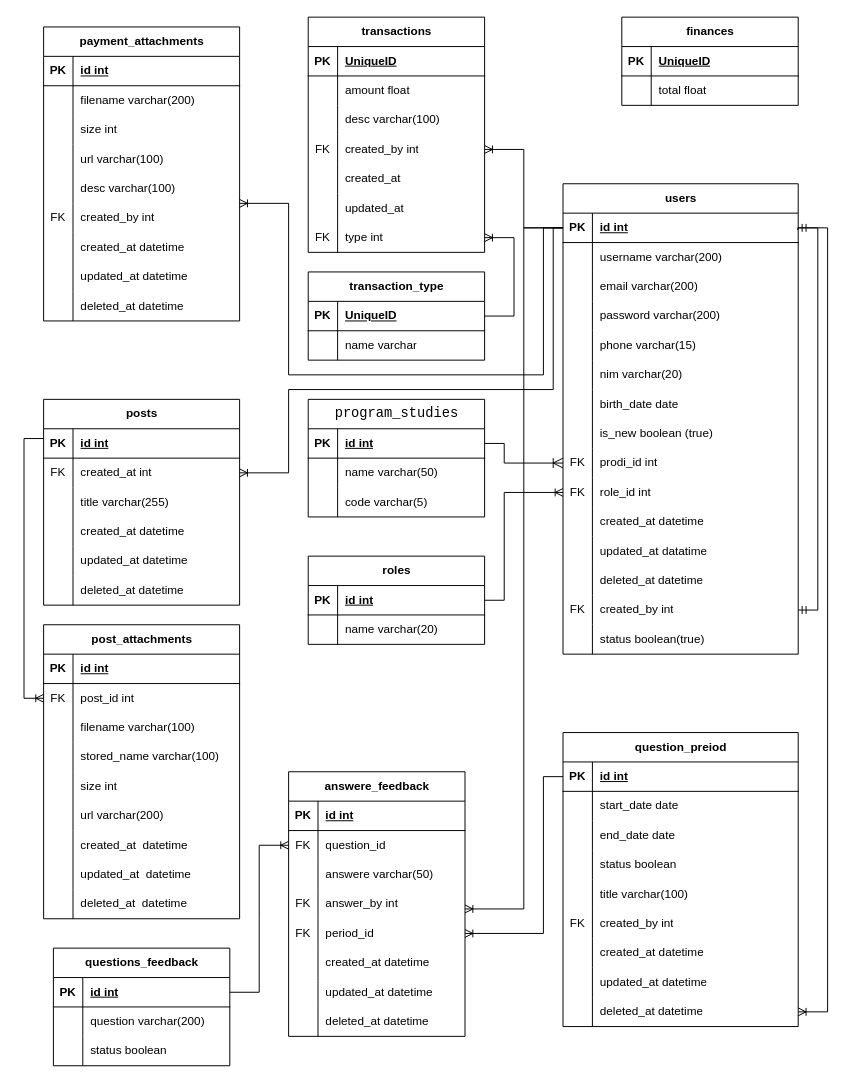
This is requirement/LCC-project-2 (1).drawio from MatsRahmat/LCC-management, a draw.io file, before an edit. Source tidied: cells renumbered, new cells numbered last; positions are measured from the earlier drawing's top-left corner, leaving out a move shared by most shapes. Both pictures are drawn from the tidied source at 98%, with x=0, y=0 at pixel (24, 17).
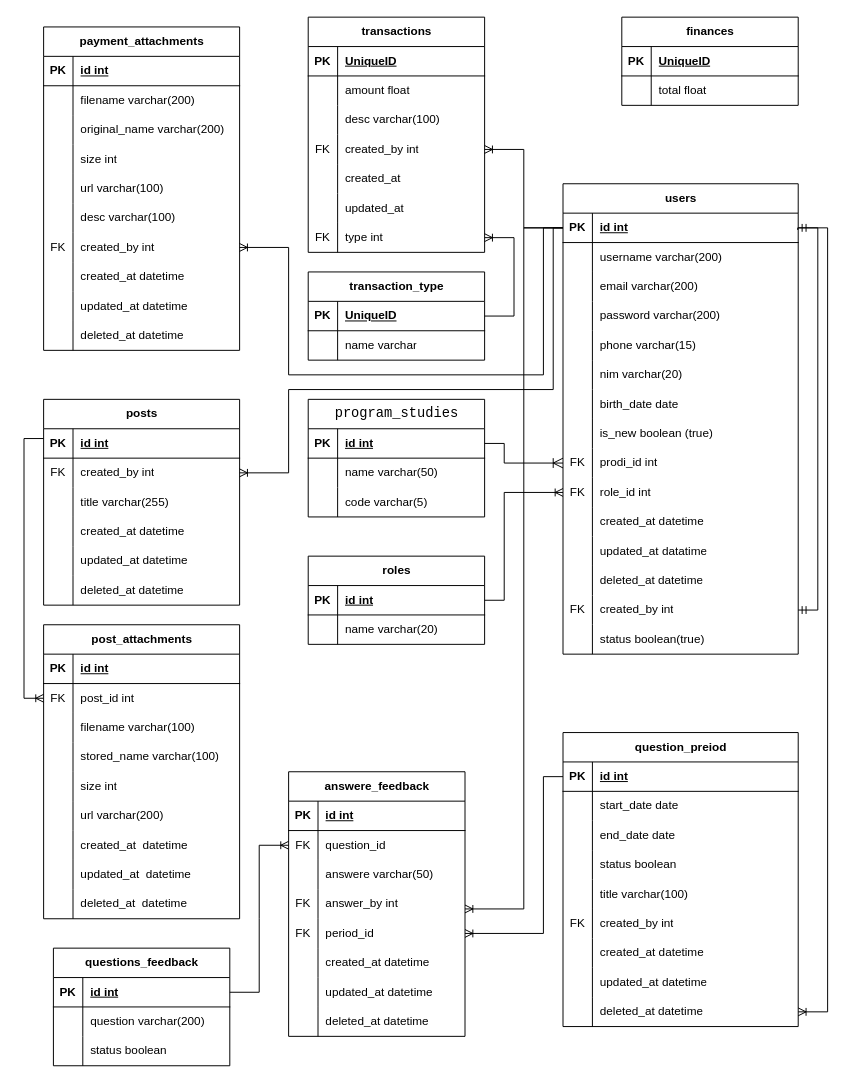
The same diagram, later.

Unchanged cells that the change refers to:
```xml
<mxCell id="72" style="shape=tableRow;horizontal=0;startSize=0;swimlaneHead=0;swimlaneBody=0;fillColor=none;points=[[0,0.5],[1,0.5]];portConstraint=eastwest;top=0;left=0;right=0;bottom=0;" parent="68" vertex="1">
  <mxGeometry y="60" width="200" height="30" as="geometry" />
</mxCell>
<mxCell id="196" style="shape=tableRow;horizontal=0;startSize=0;swimlaneHead=0;swimlaneBody=0;fillColor=none;points=[[0,0.5],[1,0.5]];portConstraint=eastwest;top=0;left=0;right=0;bottom=1;" parent="195" vertex="1">
  <mxGeometry y="30" width="240" height="30" as="geometry" />
</mxCell>
```

Diff of the diagram source:
```diff
@@
-    <mxCell id="74" value="created_at int" style="shape=partialRectangle;fillColor=none;top=0;left=0;bottom=0;right=0;align=left;spacingLeft=6;overflow=hidden;whiteSpace=wrap;html=1;" parent="72" vertex="1">
+    <mxCell id="74" value="created_by int" style="shape=partialRectangle;fillColor=none;top=0;left=0;bottom=0;right=0;align=left;spacingLeft=6;overflow=hidden;whiteSpace=wrap;html=1;" parent="72" vertex="1">
       <mxGeometry x="30" width="170" height="30" as="geometry" />
     </mxCell>
@@
     <mxCell id="117" value="payment_attachments" style="shape=table;startSize=30;childLayout=tableLayout;rowLines=0;fontStyle=1;align=center;html=1;" parent="1" vertex="1">
-      <mxGeometry x="20" y="10" width="200" height="300" as="geometry" />
+      <mxGeometry x="20" y="10" width="200" height="330" as="geometry" />
     </mxCell>
@@
+    <mxCell id="251" style="shape=tableRow;horizontal=0;startSize=0;swimlaneHead=0;swimlaneBody=0;fillColor=none;top=0;left=0;right=0;bottom=0;" parent="117" vertex="1">
+      <mxGeometry y="90" width="200" height="30" as="geometry" />
+    </mxCell>
+    <mxCell id="252" style="shape=partialRectangle;fillColor=none;top=0;left=0;bottom=0;right=0;overflow=hidden;whiteSpace=wrap;html=1;" parent="251" vertex="1">
+      <mxGeometry width="30" height="30" as="geometry" />
+    </mxCell>
+    <mxCell id="253" value="original_name varchar(200)" style="shape=partialRectangle;fillColor=none;top=0;left=0;bottom=0;right=0;align=left;spacingLeft=6;overflow=hidden;whiteSpace=wrap;html=1;" parent="251" vertex="1">
+      <mxGeometry x="30" width="170" height="30" as="geometry" />
+    </mxCell>
     <mxCell id="124" style="shape=tableRow;horizontal=0;startSize=0;swimlaneHead=0;swimlaneBody=0;fillColor=none;top=0;left=0;right=0;bottom=0;" parent="117" vertex="1">
-      <mxGeometry y="90" width="200" height="30" as="geometry" />
+      <mxGeometry y="120" width="200" height="30" as="geometry" />
     </mxCell>
@@
     <mxCell id="127" style="shape=tableRow;horizontal=0;startSize=0;swimlaneHead=0;swimlaneBody=0;fillColor=none;top=0;left=0;right=0;bottom=0;" parent="117" vertex="1">
-      <mxGeometry y="120" width="200" height="30" as="geometry" />
+      <mxGeometry y="150" width="200" height="30" as="geometry" />
     </mxCell>
@@
     <mxCell id="130" style="shape=tableRow;horizontal=0;startSize=0;swimlaneHead=0;swimlaneBody=0;fillColor=none;top=0;left=0;right=0;bottom=0;" parent="117" vertex="1">
-      <mxGeometry y="150" width="200" height="30" as="geometry" />
+      <mxGeometry y="180" width="200" height="30" as="geometry" />
     </mxCell>
@@
     <mxCell id="133" style="shape=tableRow;horizontal=0;startSize=0;swimlaneHead=0;swimlaneBody=0;fillColor=none;points=[[0,0.5],[1,0.5]];portConstraint=eastwest;top=0;left=0;right=0;bottom=0;" parent="117" vertex="1">
-      <mxGeometry y="180" width="200" height="30" as="geometry" />
+      <mxGeometry y="210" width="200" height="30" as="geometry" />
     </mxCell>
@@
     <mxCell id="136" style="shape=tableRow;horizontal=0;startSize=0;swimlaneHead=0;swimlaneBody=0;fillColor=none;top=0;left=0;right=0;bottom=0;" parent="117" vertex="1">
-      <mxGeometry y="210" width="200" height="30" as="geometry" />
+      <mxGeometry y="240" width="200" height="30" as="geometry" />
     </mxCell>
@@
     <mxCell id="139" style="shape=tableRow;horizontal=0;startSize=0;swimlaneHead=0;swimlaneBody=0;fillColor=none;top=0;left=0;right=0;bottom=0;" parent="117" vertex="1">
-      <mxGeometry y="240" width="200" height="30" as="geometry" />
+      <mxGeometry y="270" width="200" height="30" as="geometry" />
     </mxCell>
@@
     <mxCell id="142" style="shape=tableRow;horizontal=0;startSize=0;swimlaneHead=0;swimlaneBody=0;fillColor=none;top=0;left=0;right=0;bottom=0;" parent="117" vertex="1">
-      <mxGeometry y="270" width="200" height="30" as="geometry" />
+      <mxGeometry y="300" width="200" height="30" as="geometry" />
     </mxCell>
@@
     <mxCell id="145" style="edgeStyle=orthogonalEdgeStyle;fontSize=12;html=1;endArrow=ERoneToMany;rounded=0;exitX=0;exitY=0.5;exitDx=0;exitDy=0;" parent="1" edge="1" source="196" target="133">
       <mxGeometry relative="1" as="geometry">
         <Array as="points">
           <mxPoint x="530" y="215" />
           <mxPoint x="530" y="365" />
           <mxPoint x="270" y="365" />
-          <mxPoint x="270" y="190" />
+          <mxPoint x="270" y="235" />
         </Array>
       </mxGeometry>
     </mxCell>
```
